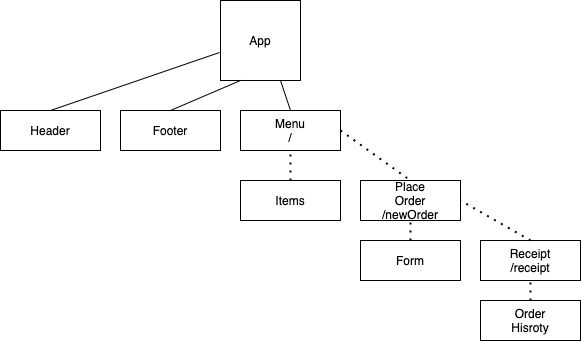
Earlier version of the draw.io export Julio's Kitchen.png (jpacheco008/julios-kitchen). Source tidied: cells renumbered, new cells last; positions are measured from the earlier drawing's top-left corner, leaving out a move shared by most shapes.
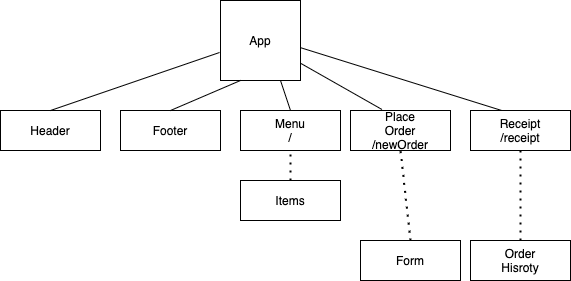
The same file after the commit.

What changed in the source:
```diff
@@ -47,14 +47,11 @@
       <mxGeometry relative="1" as="geometry" />
     </mxCell>
     <mxCell id="16" style="whiteSpace=wrap;html=1;" parent="1" vertex="1">
-      <mxGeometry x="360" y="180" width="100" height="40" as="geometry" />
+      <mxGeometry x="350" y="110" width="100" height="40" as="geometry" />
     </mxCell>
     <mxCell id="17" value="Place Order&lt;br&gt;/newOrder" style="text;html=1;strokeColor=none;fillColor=none;align=center;verticalAlign=middle;whiteSpace=wrap;rounded=0;" parent="1" vertex="1">
-      <mxGeometry x="390" y="190" width="40" height="20" as="geometry" />
+      <mxGeometry x="380" y="120" width="40" height="20" as="geometry" />
     </mxCell>
-    <mxCell id="18" style="endArrow=none;dashed=1;html=1;dashPattern=1 3;strokeWidth=2;exitX=1;exitY=0.5;exitDx=0;exitDy=0;entryX=0.5;entryY=0;entryDx=0;entryDy=0;" parent="1" edge="1" source="8" target="16">
-      <mxGeometry relative="1" as="geometry" />
-    </mxCell>
     <mxCell id="19" style="whiteSpace=wrap;html=1;" parent="1" vertex="1">
       <mxGeometry x="360" y="240" width="100" height="40" as="geometry" />
     </mxCell>
@@ -65,22 +62,25 @@
       <mxGeometry relative="1" as="geometry" />
     </mxCell>
     <mxCell id="22" style="whiteSpace=wrap;html=1;" parent="1" vertex="1">
-      <mxGeometry x="480" y="240" width="100" height="40" as="geometry" />
+      <mxGeometry x="470" y="110" width="100" height="40" as="geometry" />
     </mxCell>
-    <mxCell id="23" style="endArrow=none;dashed=1;html=1;dashPattern=1 3;strokeWidth=2;entryX=1;entryY=0.5;entryDx=0;entryDy=0;exitX=0.5;exitY=0;exitDx=0;exitDy=0;" parent="1" edge="1" source="22" target="16">
-      <mxGeometry relative="1" as="geometry" />
-    </mxCell>
     <mxCell id="24" style="whiteSpace=wrap;html=1;" parent="1" vertex="1">
-      <mxGeometry x="480" y="300" width="100" height="40" as="geometry" />
+      <mxGeometry x="470" y="240" width="100" height="40" as="geometry" />
     </mxCell>
     <mxCell id="25" value="Order Hisroty" style="text;html=1;strokeColor=none;fillColor=none;align=center;verticalAlign=middle;whiteSpace=wrap;rounded=0;" parent="1" vertex="1">
-      <mxGeometry x="510" y="310" width="40" height="20" as="geometry" />
+      <mxGeometry x="500" y="250" width="40" height="20" as="geometry" />
     </mxCell>
     <mxCell id="26" value="Receipt&lt;br&gt;/receipt" style="text;html=1;strokeColor=none;fillColor=none;align=center;verticalAlign=middle;whiteSpace=wrap;rounded=0;" parent="1" vertex="1">
-      <mxGeometry x="510" y="250" width="40" height="20" as="geometry" />
+      <mxGeometry x="500" y="120" width="40" height="20" as="geometry" />
     </mxCell>
     <mxCell id="27" style="endArrow=none;dashed=1;html=1;dashPattern=1 3;strokeWidth=2;entryX=0.5;entryY=1;entryDx=0;entryDy=0;exitX=0.5;exitY=0;exitDx=0;exitDy=0;" parent="1" edge="1" source="24" target="22">
       <mxGeometry relative="1" as="geometry" />
     </mxCell>
+    <mxCell id="28" style="endArrow=none;html=1;entryX=0.315;entryY=-0.025;entryDx=0;entryDy=0;entryPerimeter=0;" parent="1" edge="1" source="2" target="16">
+      <mxGeometry relative="1" as="geometry" />
+    </mxCell>
+    <mxCell id="29" style="endArrow=none;html=1;entryX=0.307;entryY=-0.004;entryDx=0;entryDy=0;entryPerimeter=0;exitX=1.008;exitY=0.592;exitDx=0;exitDy=0;exitPerimeter=0;" parent="1" edge="1" source="2" target="22">
+      <mxGeometry relative="1" as="geometry" />
+    </mxCell>
   </root>
 </mxGraphModel>
```
